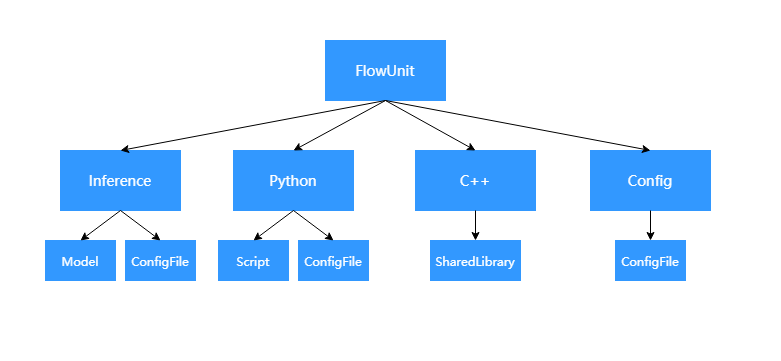
This is assets/images/figure/conception-feature/conception/flowunit_impl.png from modelbox-ai/modelbox-book, a draw.io export, as it was before one commit. Source tidied: cells renumbered, new cells last; positions are measured from the earlier drawing's top-left corner, leaving out a move shared by most shapes. Its diagram source:
```xml
<mxGraphModel>
  <root>
    <mxCell id="0" />
    <mxCell id="1" parent="0" />
    <mxCell id="2" style="rounded=0;whiteSpace=wrap;html=1;strokeColor=#FFFFFF;fillColor=#FFFFFF;fontColor=#FFFFFF;" parent="1" vertex="1">
      <mxGeometry width="780" height="360" as="geometry" />
    </mxCell>
    <mxCell id="3" value="FlowUnit" style="rounded=0;whiteSpace=wrap;html=1;fillColor=#3298FF;strokeColor=#3298FF;fontSize=14;fontFamily=Microsoft YaHei;fontColor=#FFFFFF;" parent="1" vertex="1">
      <mxGeometry x="325" y="40" width="120" height="60" as="geometry" />
    </mxCell>
    <mxCell id="4" value="Inference" style="rounded=0;whiteSpace=wrap;html=1;fillColor=#3298FF;strokeColor=#3298FF;fontSize=14;fontFamily=Microsoft YaHei;fontColor=#FFFFFF;" parent="1" vertex="1">
      <mxGeometry x="60" y="150" width="120" height="60" as="geometry" />
    </mxCell>
    <mxCell id="5" value="Python" style="rounded=0;whiteSpace=wrap;html=1;fillColor=#3298FF;strokeColor=#3298FF;fontSize=14;fontFamily=Microsoft YaHei;fontColor=#FFFFFF;" parent="1" vertex="1">
      <mxGeometry x="233" y="150" width="120" height="60" as="geometry" />
    </mxCell>
    <mxCell id="6" value="C++" style="rounded=0;whiteSpace=wrap;html=1;fillColor=#3298FF;strokeColor=#3298FF;fontSize=14;fontFamily=Microsoft YaHei;fontColor=#FFFFFF;" parent="1" vertex="1">
      <mxGeometry x="415" y="150" width="120" height="60" as="geometry" />
    </mxCell>
    <mxCell id="7" value="Config" style="rounded=0;whiteSpace=wrap;html=1;fillColor=#3298FF;strokeColor=#3298FF;fontSize=14;fontFamily=Microsoft YaHei;fontColor=#FFFFFF;" parent="1" vertex="1">
      <mxGeometry x="590" y="150" width="120" height="60" as="geometry" />
    </mxCell>
    <mxCell id="8" value="Model" style="rounded=0;whiteSpace=wrap;html=1;fillColor=#3298FF;strokeColor=#3298FF;fontSize=12;fontFamily=Microsoft YaHei;fontColor=#FFFFFF;" parent="1" vertex="1">
      <mxGeometry x="45" y="240" width="70" height="40" as="geometry" />
    </mxCell>
    <mxCell id="9" value="ConfigFile" style="rounded=0;whiteSpace=wrap;html=1;fillColor=#3298FF;strokeColor=#3298FF;fontSize=12;fontFamily=Microsoft YaHei;fontColor=#FFFFFF;" parent="1" vertex="1">
      <mxGeometry x="125" y="240" width="70" height="40" as="geometry" />
    </mxCell>
    <mxCell id="10" value="Script" style="rounded=0;whiteSpace=wrap;html=1;fillColor=#3298FF;strokeColor=#3298FF;fontSize=12;fontFamily=Microsoft YaHei;fontColor=#FFFFFF;" parent="1" vertex="1">
      <mxGeometry x="218" y="240" width="70" height="40" as="geometry" />
    </mxCell>
    <mxCell id="11" value="ConfigFile" style="rounded=0;whiteSpace=wrap;html=1;fillColor=#3298FF;strokeColor=#3298FF;fontSize=12;fontFamily=Microsoft YaHei;fontColor=#FFFFFF;" parent="1" vertex="1">
      <mxGeometry x="298" y="240" width="70" height="40" as="geometry" />
    </mxCell>
    <mxCell id="12" value="SharedLibrary" style="rounded=0;whiteSpace=wrap;html=1;fillColor=#3298FF;strokeColor=#3298FF;fontSize=12;fontFamily=Microsoft YaHei;fontColor=#FFFFFF;" parent="1" vertex="1">
      <mxGeometry x="430" y="240" width="90" height="40" as="geometry" />
    </mxCell>
    <mxCell id="13" value="ConfigFile" style="rounded=0;whiteSpace=wrap;html=1;fillColor=#3298FF;strokeColor=#3298FF;fontSize=12;fontFamily=Microsoft YaHei;fontColor=#FFFFFF;" parent="1" vertex="1">
      <mxGeometry x="615" y="240" width="70" height="40" as="geometry" />
    </mxCell>
    <mxCell id="14" style="endArrow=classic;html=1;rounded=1;strokeColor=#000000;exitX=0.5;exitY=1;exitDx=0;exitDy=0;entryX=0.5;entryY=0;entryDx=0;entryDy=0;fontSize=14;fontFamily=Microsoft YaHei;fontColor=#FFFFFF;" parent="1" edge="1" source="3" target="4">
      <mxGeometry relative="1" as="geometry" />
    </mxCell>
    <mxCell id="15" style="endArrow=classic;html=1;rounded=1;strokeColor=#000000;exitX=0.5;exitY=1;exitDx=0;exitDy=0;entryX=0.5;entryY=0;entryDx=0;entryDy=0;fontSize=14;fontFamily=Microsoft YaHei;fontColor=#FFFFFF;" parent="1" edge="1" source="3" target="5">
      <mxGeometry relative="1" as="geometry" />
    </mxCell>
    <mxCell id="16" style="endArrow=classic;html=1;rounded=1;strokeColor=#000000;exitX=0.5;exitY=1;exitDx=0;exitDy=0;entryX=0.5;entryY=0;entryDx=0;entryDy=0;fontSize=14;fontFamily=Microsoft YaHei;fontColor=#FFFFFF;" parent="1" edge="1" source="3" target="6">
      <mxGeometry relative="1" as="geometry" />
    </mxCell>
    <mxCell id="17" style="endArrow=classic;html=1;rounded=1;strokeColor=#000000;exitX=0.5;exitY=1;exitDx=0;exitDy=0;entryX=0.5;entryY=0;entryDx=0;entryDy=0;fontSize=14;fontFamily=Microsoft YaHei;fontColor=#FFFFFF;" parent="1" edge="1" source="3" target="7">
      <mxGeometry relative="1" as="geometry" />
    </mxCell>
    <mxCell id="18" style="endArrow=classic;html=1;rounded=1;strokeColor=#000000;exitX=0.5;exitY=1;exitDx=0;exitDy=0;entryX=0.5;entryY=0;entryDx=0;entryDy=0;fontSize=12;fontFamily=Microsoft YaHei;fontColor=#FFFFFF;" parent="1" edge="1" source="4" target="8">
      <mxGeometry relative="1" as="geometry" />
    </mxCell>
    <mxCell id="19" style="endArrow=classic;html=1;rounded=1;strokeColor=#000000;exitX=0.5;exitY=1;exitDx=0;exitDy=0;entryX=0.5;entryY=0;entryDx=0;entryDy=0;fontSize=12;fontFamily=Microsoft YaHei;fontColor=#FFFFFF;" parent="1" edge="1" source="4" target="9">
      <mxGeometry relative="1" as="geometry" />
    </mxCell>
    <mxCell id="20" style="endArrow=classic;html=1;rounded=1;strokeColor=#000000;exitX=0.5;exitY=1;exitDx=0;exitDy=0;entryX=0.5;entryY=0;entryDx=0;entryDy=0;fontSize=12;fontFamily=Microsoft YaHei;fontColor=#FFFFFF;" parent="1" edge="1" source="5" target="10">
      <mxGeometry relative="1" as="geometry" />
    </mxCell>
    <mxCell id="21" style="endArrow=classic;html=1;rounded=1;strokeColor=#000000;exitX=0.5;exitY=1;exitDx=0;exitDy=0;entryX=0.5;entryY=0;entryDx=0;entryDy=0;fontSize=12;fontFamily=Microsoft YaHei;fontColor=#FFFFFF;" parent="1" edge="1" source="5" target="11">
      <mxGeometry relative="1" as="geometry" />
    </mxCell>
    <mxCell id="22" style="endArrow=classic;html=1;rounded=1;strokeColor=#000000;exitX=0.5;exitY=1;exitDx=0;exitDy=0;entryX=0.5;entryY=0;entryDx=0;entryDy=0;fontSize=12;fontFamily=Microsoft YaHei;fontColor=#FFFFFF;" parent="1" edge="1" source="6" target="12">
      <mxGeometry relative="1" as="geometry" />
    </mxCell>
    <mxCell id="23" style="endArrow=classic;html=1;rounded=1;strokeColor=#000000;exitX=0.5;exitY=1;exitDx=0;exitDy=0;entryX=0.5;entryY=0;entryDx=0;entryDy=0;fontSize=12;fontFamily=Microsoft YaHei;fontColor=#FFFFFF;" parent="1" edge="1" source="7" target="13">
      <mxGeometry relative="1" as="geometry" />
    </mxCell>
  </root>
</mxGraphModel>
```
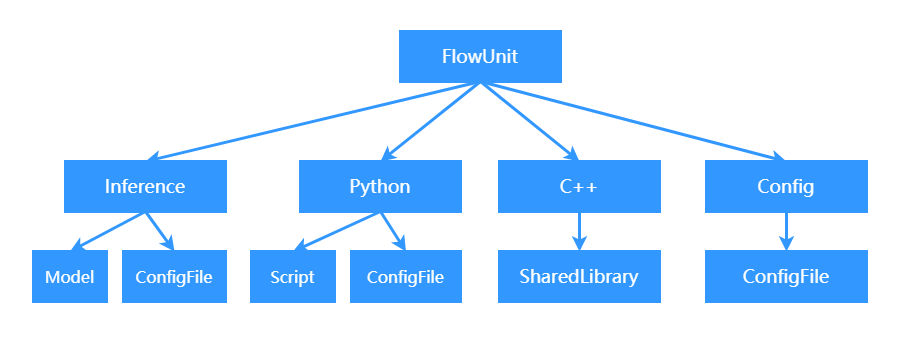
Later version of the same file.

Diff of the diagram source:
```diff
@@ -2,71 +2,83 @@
   <root>
     <mxCell id="0" />
     <mxCell id="1" parent="0" />
-    <mxCell id="2" style="rounded=0;whiteSpace=wrap;html=1;strokeColor=#FFFFFF;fillColor=#FFFFFF;fontColor=#FFFFFF;" parent="1" vertex="1">
-      <mxGeometry width="780" height="360" as="geometry" />
+    <mxCell id="2" style="rounded=0;whiteSpace=wrap;html=1;strokeColor=#FFFFFF;fillColor=#FFFFFF;fontColor=#FFFFFF;strokeWidth=3;" parent="1" vertex="1">
+      <mxGeometry x="1" width="900" height="350" as="geometry" />
     </mxCell>
-    <mxCell id="3" value="FlowUnit" style="rounded=0;whiteSpace=wrap;html=1;fillColor=#3298FF;strokeColor=#3298FF;fontSize=14;fontFamily=Microsoft YaHei;fontColor=#FFFFFF;" parent="1" vertex="1">
-      <mxGeometry x="325" y="40" width="120" height="60" as="geometry" />
+    <mxCell id="3" value="FlowUnit" style="rounded=0;whiteSpace=wrap;html=1;fillColor=#3298FF;strokeColor=#3298FF;fontSize=18;fontFamily=Microsoft YaHei;fontColor=#FFFFFF;strokeWidth=3;fontStyle=0;" parent="1" vertex="1">
+      <mxGeometry x="400" y="30" width="160" height="50" as="geometry" />
     </mxCell>
-    <mxCell id="4" value="Inference" style="rounded=0;whiteSpace=wrap;html=1;fillColor=#3298FF;strokeColor=#3298FF;fontSize=14;fontFamily=Microsoft YaHei;fontColor=#FFFFFF;" parent="1" vertex="1">
-      <mxGeometry x="60" y="150" width="120" height="60" as="geometry" />
+    <mxCell id="4" value="Inference" style="rounded=0;whiteSpace=wrap;html=1;fillColor=#3298FF;strokeColor=#3298FF;fontSize=18;fontFamily=Microsoft YaHei;fontColor=#FFFFFF;strokeWidth=3;fontStyle=0;" parent="1" vertex="1">
+      <mxGeometry x="65" y="160" width="160" height="50" as="geometry" />
     </mxCell>
-    <mxCell id="5" value="Python" style="rounded=0;whiteSpace=wrap;html=1;fillColor=#3298FF;strokeColor=#3298FF;fontSize=14;fontFamily=Microsoft YaHei;fontColor=#FFFFFF;" parent="1" vertex="1">
-      <mxGeometry x="233" y="150" width="120" height="60" as="geometry" />
+    <mxCell id="5" value="Python" style="rounded=0;whiteSpace=wrap;html=1;fillColor=#3298FF;strokeColor=#3298FF;fontSize=24;fontFamily=Microsoft YaHei;fontColor=#FFFFFF;strokeWidth=3;fontStyle=0;" parent="1" vertex="1">
+      <mxGeometry x="300" y="160" width="160" height="50" as="geometry" />
     </mxCell>
-    <mxCell id="6" value="C++" style="rounded=0;whiteSpace=wrap;html=1;fillColor=#3298FF;strokeColor=#3298FF;fontSize=14;fontFamily=Microsoft YaHei;fontColor=#FFFFFF;" parent="1" vertex="1">
-      <mxGeometry x="415" y="150" width="120" height="60" as="geometry" />
+    <mxCell id="6" value="C++" style="rounded=0;whiteSpace=wrap;html=1;fillColor=#3298FF;strokeColor=#3298FF;fontSize=24;fontFamily=Microsoft YaHei;fontColor=#FFFFFF;strokeWidth=3;fontStyle=0;" parent="1" vertex="1">
+      <mxGeometry x="499" y="160" width="160" height="50" as="geometry" />
     </mxCell>
-    <mxCell id="7" value="Config" style="rounded=0;whiteSpace=wrap;html=1;fillColor=#3298FF;strokeColor=#3298FF;fontSize=14;fontFamily=Microsoft YaHei;fontColor=#FFFFFF;" parent="1" vertex="1">
-      <mxGeometry x="590" y="150" width="120" height="60" as="geometry" />
+    <mxCell id="7" value="Config" style="rounded=0;whiteSpace=wrap;html=1;fillColor=#3298FF;strokeColor=#3298FF;fontSize=24;fontFamily=Microsoft YaHei;fontColor=#FFFFFF;strokeWidth=3;fontStyle=0;" parent="1" vertex="1">
+      <mxGeometry x="706" y="160" width="160" height="50" as="geometry" />
     </mxCell>
-    <mxCell id="8" value="Model" style="rounded=0;whiteSpace=wrap;html=1;fillColor=#3298FF;strokeColor=#3298FF;fontSize=12;fontFamily=Microsoft YaHei;fontColor=#FFFFFF;" parent="1" vertex="1">
-      <mxGeometry x="45" y="240" width="70" height="40" as="geometry" />
+    <mxCell id="8" value="Model" style="rounded=0;whiteSpace=wrap;html=1;fillColor=#3298FF;strokeColor=#3298FF;fontSize=16;fontFamily=Microsoft YaHei;fontColor=#FFFFFF;strokeWidth=3;fontStyle=0;" parent="1" vertex="1">
+      <mxGeometry x="33" y="250" width="73" height="50" as="geometry" />
     </mxCell>
-    <mxCell id="9" value="ConfigFile" style="rounded=0;whiteSpace=wrap;html=1;fillColor=#3298FF;strokeColor=#3298FF;fontSize=12;fontFamily=Microsoft YaHei;fontColor=#FFFFFF;" parent="1" vertex="1">
-      <mxGeometry x="125" y="240" width="70" height="40" as="geometry" />
+    <mxCell id="9" value="ConfigFile" style="rounded=0;whiteSpace=wrap;html=1;fillColor=#3298FF;strokeColor=#3298FF;fontSize=16;fontFamily=Microsoft YaHei;fontColor=#FFFFFF;strokeWidth=3;fontStyle=0;" parent="1" vertex="1">
+      <mxGeometry x="123" y="250" width="102" height="50" as="geometry" />
     </mxCell>
-    <mxCell id="10" value="Script" style="rounded=0;whiteSpace=wrap;html=1;fillColor=#3298FF;strokeColor=#3298FF;fontSize=12;fontFamily=Microsoft YaHei;fontColor=#FFFFFF;" parent="1" vertex="1">
-      <mxGeometry x="218" y="240" width="70" height="40" as="geometry" />
+    <mxCell id="10" value="Script" style="rounded=0;whiteSpace=wrap;html=1;fillColor=#3298FF;strokeColor=#3298FF;fontSize=16;fontFamily=Microsoft YaHei;fontColor=#FFFFFF;strokeWidth=3;fontStyle=0;" parent="1" vertex="1">
+      <mxGeometry x="251" y="250" width="83" height="50" as="geometry" />
     </mxCell>
-    <mxCell id="11" value="ConfigFile" style="rounded=0;whiteSpace=wrap;html=1;fillColor=#3298FF;strokeColor=#3298FF;fontSize=12;fontFamily=Microsoft YaHei;fontColor=#FFFFFF;" parent="1" vertex="1">
-      <mxGeometry x="298" y="240" width="70" height="40" as="geometry" />
+    <mxCell id="11" value="ConfigFile" style="rounded=0;whiteSpace=wrap;html=1;fillColor=#3298FF;strokeColor=#3298FF;fontSize=16;fontFamily=Microsoft YaHei;fontColor=#FFFFFF;strokeWidth=3;fontStyle=0;" parent="1" vertex="1">
+      <mxGeometry x="351" y="250" width="109" height="50" as="geometry" />
     </mxCell>
-    <mxCell id="12" value="SharedLibrary" style="rounded=0;whiteSpace=wrap;html=1;fillColor=#3298FF;strokeColor=#3298FF;fontSize=12;fontFamily=Microsoft YaHei;fontColor=#FFFFFF;" parent="1" vertex="1">
-      <mxGeometry x="430" y="240" width="90" height="40" as="geometry" />
-    </mxCell>
-    <mxCell id="13" value="ConfigFile" style="rounded=0;whiteSpace=wrap;html=1;fillColor=#3298FF;strokeColor=#3298FF;fontSize=12;fontFamily=Microsoft YaHei;fontColor=#FFFFFF;" parent="1" vertex="1">
-      <mxGeometry x="615" y="240" width="70" height="40" as="geometry" />
+    <mxCell id="13" value="ConfigFile" style="rounded=0;whiteSpace=wrap;html=1;fillColor=#3298FF;strokeColor=#3298FF;fontSize=24;fontFamily=Microsoft YaHei;fontColor=#FFFFFF;strokeWidth=3;fontStyle=0;" parent="1" vertex="1">
+      <mxGeometry x="706" y="250" width="160" height="50" as="geometry" />
     </mxCell>
-    <mxCell id="14" style="endArrow=classic;html=1;rounded=1;strokeColor=#000000;exitX=0.5;exitY=1;exitDx=0;exitDy=0;entryX=0.5;entryY=0;entryDx=0;entryDy=0;fontSize=14;fontFamily=Microsoft YaHei;fontColor=#FFFFFF;" parent="1" edge="1" source="3" target="4">
+    <mxCell id="14" style="endArrow=classic;html=1;rounded=1;strokeColor=#3298FF;exitX=0.5;exitY=1;exitDx=0;exitDy=0;entryX=0.5;entryY=0;entryDx=0;entryDy=0;fontSize=24;fontFamily=Microsoft YaHei;fontColor=#FFFFFF;strokeWidth=3;fontStyle=0;" parent="1" edge="1" source="3" target="4">
       <mxGeometry relative="1" as="geometry" />
     </mxCell>
-    <mxCell id="15" style="endArrow=classic;html=1;rounded=1;strokeColor=#000000;exitX=0.5;exitY=1;exitDx=0;exitDy=0;entryX=0.5;entryY=0;entryDx=0;entryDy=0;fontSize=14;fontFamily=Microsoft YaHei;fontColor=#FFFFFF;" parent="1" edge="1" source="3" target="5">
+    <mxCell id="15" style="endArrow=classic;html=1;rounded=1;strokeColor=#3298FF;exitX=0.5;exitY=1;exitDx=0;exitDy=0;entryX=0.5;entryY=0;entryDx=0;entryDy=0;fontSize=24;fontFamily=Microsoft YaHei;fontColor=#FFFFFF;strokeWidth=3;fontStyle=0;" parent="1" edge="1" source="3" target="5">
       <mxGeometry relative="1" as="geometry" />
     </mxCell>
-    <mxCell id="16" style="endArrow=classic;html=1;rounded=1;strokeColor=#000000;exitX=0.5;exitY=1;exitDx=0;exitDy=0;entryX=0.5;entryY=0;entryDx=0;entryDy=0;fontSize=14;fontFamily=Microsoft YaHei;fontColor=#FFFFFF;" parent="1" edge="1" source="3" target="6">
+    <mxCell id="16" style="endArrow=classic;html=1;rounded=1;strokeColor=#3298FF;exitX=0.5;exitY=1;exitDx=0;exitDy=0;entryX=0.5;entryY=0;entryDx=0;entryDy=0;fontSize=24;fontFamily=Microsoft YaHei;fontColor=#FFFFFF;strokeWidth=3;fontStyle=0;" parent="1" edge="1" source="3" target="6">
       <mxGeometry relative="1" as="geometry" />
     </mxCell>
-    <mxCell id="17" style="endArrow=classic;html=1;rounded=1;strokeColor=#000000;exitX=0.5;exitY=1;exitDx=0;exitDy=0;entryX=0.5;entryY=0;entryDx=0;entryDy=0;fontSize=14;fontFamily=Microsoft YaHei;fontColor=#FFFFFF;" parent="1" edge="1" source="3" target="7">
+    <mxCell id="17" style="endArrow=classic;html=1;rounded=1;strokeColor=#3298FF;exitX=0.5;exitY=1;exitDx=0;exitDy=0;entryX=0.5;entryY=0;entryDx=0;entryDy=0;fontSize=24;fontFamily=Microsoft YaHei;fontColor=#FFFFFF;strokeWidth=3;fontStyle=0;" parent="1" edge="1" source="3" target="7">
       <mxGeometry relative="1" as="geometry" />
     </mxCell>
-    <mxCell id="18" style="endArrow=classic;html=1;rounded=1;strokeColor=#000000;exitX=0.5;exitY=1;exitDx=0;exitDy=0;entryX=0.5;entryY=0;entryDx=0;entryDy=0;fontSize=12;fontFamily=Microsoft YaHei;fontColor=#FFFFFF;" parent="1" edge="1" source="4" target="8">
+    <mxCell id="18" style="endArrow=classic;html=1;rounded=1;strokeColor=#3298FF;exitX=0.5;exitY=1;exitDx=0;exitDy=0;entryX=0.5;entryY=0;entryDx=0;entryDy=0;fontSize=24;fontFamily=Microsoft YaHei;fontColor=#FFFFFF;strokeWidth=3;fontStyle=0;" parent="1" edge="1" source="4" target="8">
       <mxGeometry relative="1" as="geometry" />
     </mxCell>
-    <mxCell id="19" style="endArrow=classic;html=1;rounded=1;strokeColor=#000000;exitX=0.5;exitY=1;exitDx=0;exitDy=0;entryX=0.5;entryY=0;entryDx=0;entryDy=0;fontSize=12;fontFamily=Microsoft YaHei;fontColor=#FFFFFF;" parent="1" edge="1" source="4" target="9">
+    <mxCell id="19" style="endArrow=classic;html=1;rounded=1;strokeColor=#3298FF;exitX=0.5;exitY=1;exitDx=0;exitDy=0;entryX=0.5;entryY=0;entryDx=0;entryDy=0;fontSize=24;fontFamily=Microsoft YaHei;fontColor=#FFFFFF;strokeWidth=3;fontStyle=0;" parent="1" edge="1" source="4" target="9">
       <mxGeometry relative="1" as="geometry" />
     </mxCell>
-    <mxCell id="20" style="endArrow=classic;html=1;rounded=1;strokeColor=#000000;exitX=0.5;exitY=1;exitDx=0;exitDy=0;entryX=0.5;entryY=0;entryDx=0;entryDy=0;fontSize=12;fontFamily=Microsoft YaHei;fontColor=#FFFFFF;" parent="1" edge="1" source="5" target="10">
+    <mxCell id="20" style="endArrow=classic;html=1;rounded=1;strokeColor=#3298FF;exitX=0.5;exitY=1;exitDx=0;exitDy=0;entryX=0.5;entryY=0;entryDx=0;entryDy=0;fontSize=24;fontFamily=Microsoft YaHei;fontColor=#FFFFFF;strokeWidth=3;fontStyle=0;" parent="1" edge="1" source="5" target="10">
       <mxGeometry relative="1" as="geometry" />
     </mxCell>
-    <mxCell id="21" style="endArrow=classic;html=1;rounded=1;strokeColor=#000000;exitX=0.5;exitY=1;exitDx=0;exitDy=0;entryX=0.5;entryY=0;entryDx=0;entryDy=0;fontSize=12;fontFamily=Microsoft YaHei;fontColor=#FFFFFF;" parent="1" edge="1" source="5" target="11">
+    <mxCell id="21" style="endArrow=classic;html=1;rounded=1;strokeColor=#3298FF;exitX=0.5;exitY=1;exitDx=0;exitDy=0;entryX=0.5;entryY=0;entryDx=0;entryDy=0;fontSize=24;fontFamily=Microsoft YaHei;fontColor=#FFFFFF;strokeWidth=3;fontStyle=0;" parent="1" edge="1" source="5" target="11">
       <mxGeometry relative="1" as="geometry" />
     </mxCell>
-    <mxCell id="22" style="endArrow=classic;html=1;rounded=1;strokeColor=#000000;exitX=0.5;exitY=1;exitDx=0;exitDy=0;entryX=0.5;entryY=0;entryDx=0;entryDy=0;fontSize=12;fontFamily=Microsoft YaHei;fontColor=#FFFFFF;" parent="1" edge="1" source="6" target="12">
+    <mxCell id="22" style="endArrow=classic;html=1;rounded=1;strokeColor=#3298FF;exitX=0.5;exitY=1;exitDx=0;exitDy=0;fontSize=24;fontFamily=Microsoft YaHei;fontColor=#FFFFFF;strokeWidth=3;fontStyle=0;" parent="1" edge="1" source="6" target="12">
       <mxGeometry relative="1" as="geometry" />
     </mxCell>
-    <mxCell id="23" style="endArrow=classic;html=1;rounded=1;strokeColor=#000000;exitX=0.5;exitY=1;exitDx=0;exitDy=0;entryX=0.5;entryY=0;entryDx=0;entryDy=0;fontSize=12;fontFamily=Microsoft YaHei;fontColor=#FFFFFF;" parent="1" edge="1" source="7" target="13">
+    <mxCell id="23" style="endArrow=classic;html=1;rounded=1;strokeColor=#3298FF;exitX=0.5;exitY=1;exitDx=0;exitDy=0;entryX=0.5;entryY=0;entryDx=0;entryDy=0;fontSize=24;fontFamily=Microsoft YaHei;fontColor=#FFFFFF;strokeWidth=3;fontStyle=0;" parent="1" edge="1" source="7" target="13">
       <mxGeometry relative="1" as="geometry" />
     </mxCell>
+    <mxCell id="24" value="ConfigFile" style="rounded=0;whiteSpace=wrap;html=1;fillColor=#3298FF;strokeColor=#3298FF;fontSize=18;fontFamily=Microsoft YaHei;fontColor=#FFFFFF;strokeWidth=3;fontStyle=0;" parent="1" vertex="1">
+      <mxGeometry x="706" y="250" width="160" height="50" as="geometry" />
+    </mxCell>
+    <mxCell id="12" value="SharedLibrary" style="rounded=0;whiteSpace=wrap;html=1;fillColor=#3298FF;strokeColor=#3298FF;fontSize=18;fontFamily=Microsoft YaHei;fontColor=#FFFFFF;strokeWidth=3;fontStyle=0;" parent="1" vertex="1">
+      <mxGeometry x="499" y="250" width="160" height="50" as="geometry" />
+    </mxCell>
+    <mxCell id="25" value="C++" style="rounded=0;whiteSpace=wrap;html=1;fillColor=#3298FF;strokeColor=#3298FF;fontSize=18;fontFamily=Microsoft YaHei;fontColor=#FFFFFF;strokeWidth=3;fontStyle=0;" parent="1" vertex="1">
+      <mxGeometry x="499" y="160" width="160" height="50" as="geometry" />
+    </mxCell>
+    <mxCell id="26" value="Config" style="rounded=0;whiteSpace=wrap;html=1;fillColor=#3298FF;strokeColor=#3298FF;fontSize=18;fontFamily=Microsoft YaHei;fontColor=#FFFFFF;strokeWidth=3;fontStyle=0;" parent="1" vertex="1">
+      <mxGeometry x="706" y="160" width="160" height="50" as="geometry" />
+    </mxCell>
+    <mxCell id="27" value="Python" style="rounded=0;whiteSpace=wrap;html=1;fillColor=#3298FF;strokeColor=#3298FF;fontSize=18;fontFamily=Microsoft YaHei;fontColor=#FFFFFF;strokeWidth=3;fontStyle=0;" parent="1" vertex="1">
+      <mxGeometry x="300" y="160" width="160" height="50" as="geometry" />
+    </mxCell>
   </root>
 </mxGraphModel>
```
